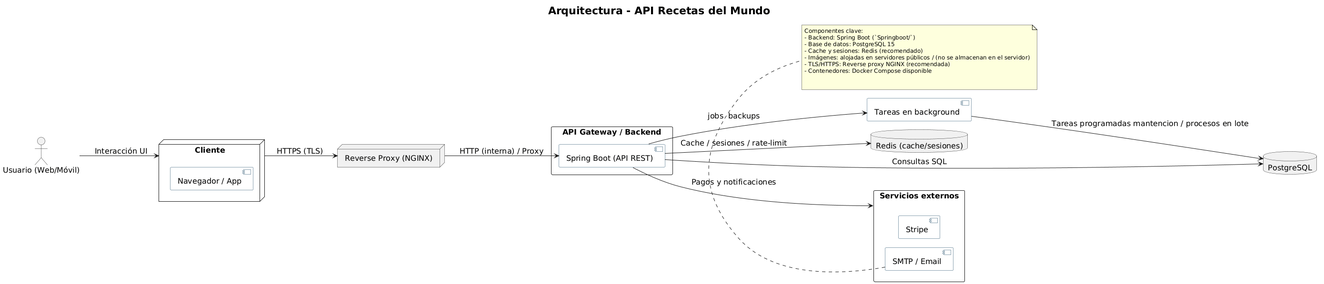
The PlantUML diagram backend/docs/architecture_diagram.png in TioPig/Recetas-Del-Mundo, before a commit.
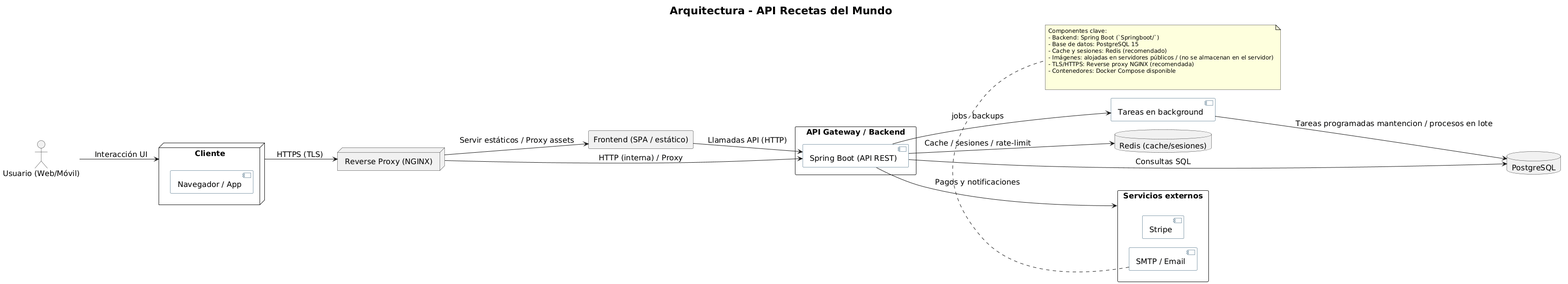
Above is the later version.

Commit message:
docs: add Frontend box and regenerate architecture_diagram (svg/png)

Diff of the diagram source:
```diff
@@ -19,6 +19,8 @@
 
 node "Reverse Proxy (NGINX)" as Nginx
 
+rectangle "Frontend (SPA / estático)" as Frontend
+
 rectangle "API Gateway / Backend" as Backend {
   [Spring Boot (API REST)] as API
 }
@@ -35,7 +37,9 @@
 
 User --> Client : Interacción UI
 Client --> Nginx : HTTPS (TLS)
+Nginx --> Frontend : Servir estáticos / Proxy assets
 Nginx --> API : HTTP (interna) / Proxy
+Frontend --> API : Llamadas API (HTTP)
 API -down-> PG : Consultas SQL
 API --> Redis : Cache / sesiones / rate-limit
 API --> External : Pagos y notificaciones
```
